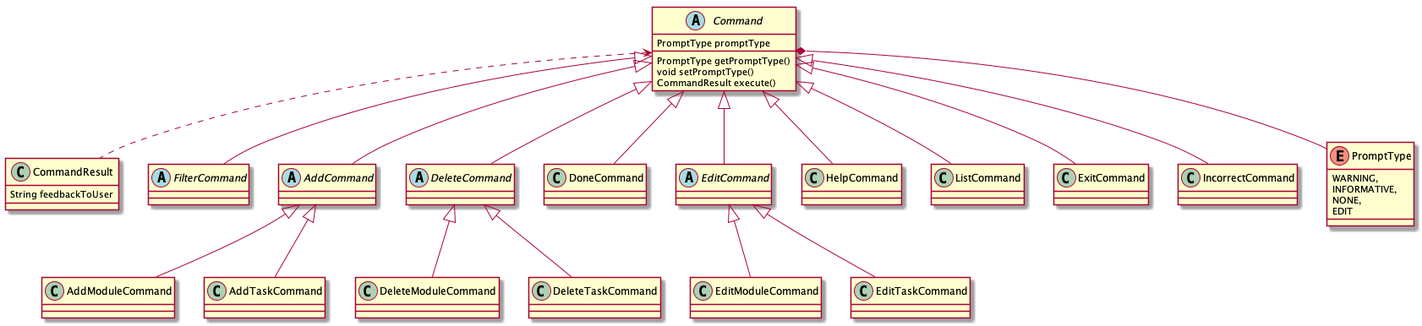
Earlier version of the PlantUML export docs/diagrams/CommandClassDiagram.png (wangqinNick/tp). Its diagram source:
```plantuml
@startuml

abstract class Command {
    PromptType promptType
    PromptType getPromptType()
    void setPromptType()
    CommandResult execute()
}

class CommandResult {
    String feedbackToUser
}

abstract class FilterCommand

abstract class AddCommand
class AddModuleCommand
class AddTaskCommand

abstract class DeleteCommand
class DeleteModuleCommand
class DeleteTaskCommand

class DoneCommand

abstract class EditCommand
class EditModuleCommand
class EditTaskCommand

class HelpCommand
class ListCommand
class ExitCommand
class IncorrectCommand
enum PromptType {
    WARNING,
    INFORMATIVE,
    NONE,
    EDIT
}

AddCommand <|-- AddModuleCommand
AddCommand <|-- AddTaskCommand
DeleteCommand <|-- DeleteModuleCommand
DeleteCommand <|-- DeleteTaskCommand
EditCommand <|-- EditModuleCommand
EditCommand <|-- EditTaskCommand

Command <|-- AddCommand
Command <|-- DeleteCommand
Command <|-- EditCommand
Command <|-- FilterCommand
Command <|-- DoneCommand
Command <|-- HelpCommand
Command <|-- ListCommand
Command <|-- ExitCommand
Command <|-- IncorrectCommand

Command *-- PromptType
Command <.. CommandResult

@enduml
```
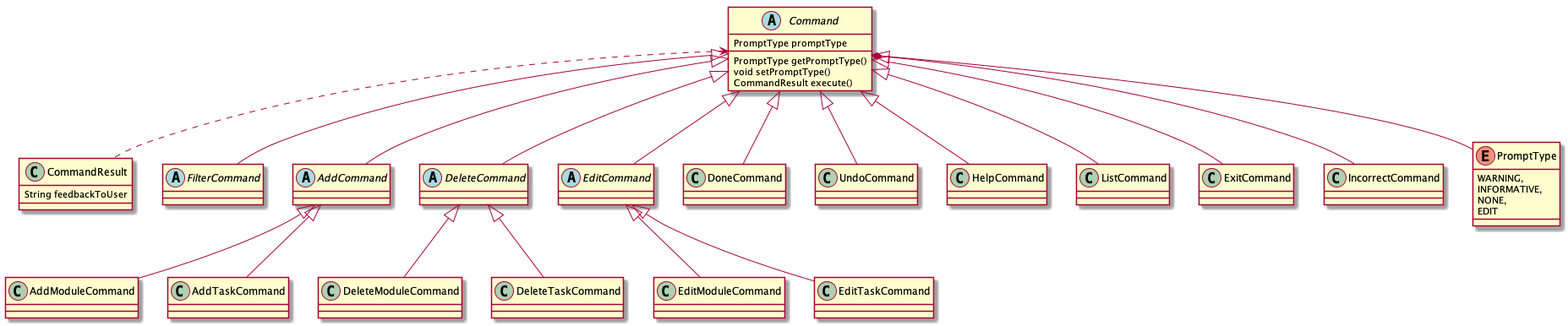
The same diagram one commit later.

The edit, as a diff of the source:
```diff
@@ -21,12 +21,12 @@
 class DeleteModuleCommand
 class DeleteTaskCommand
 
-class DoneCommand
-
 abstract class EditCommand
 class EditModuleCommand
 class EditTaskCommand
 
+class DoneCommand
+class UndoCommand
 class HelpCommand
 class ListCommand
 class ExitCommand
@@ -52,6 +52,7 @@
 Command <|-- DoneCommand
 Command <|-- HelpCommand
 Command <|-- ListCommand
+Command <|-- UndoCommand
 Command <|-- ExitCommand
 Command <|-- IncorrectCommand
 
```
